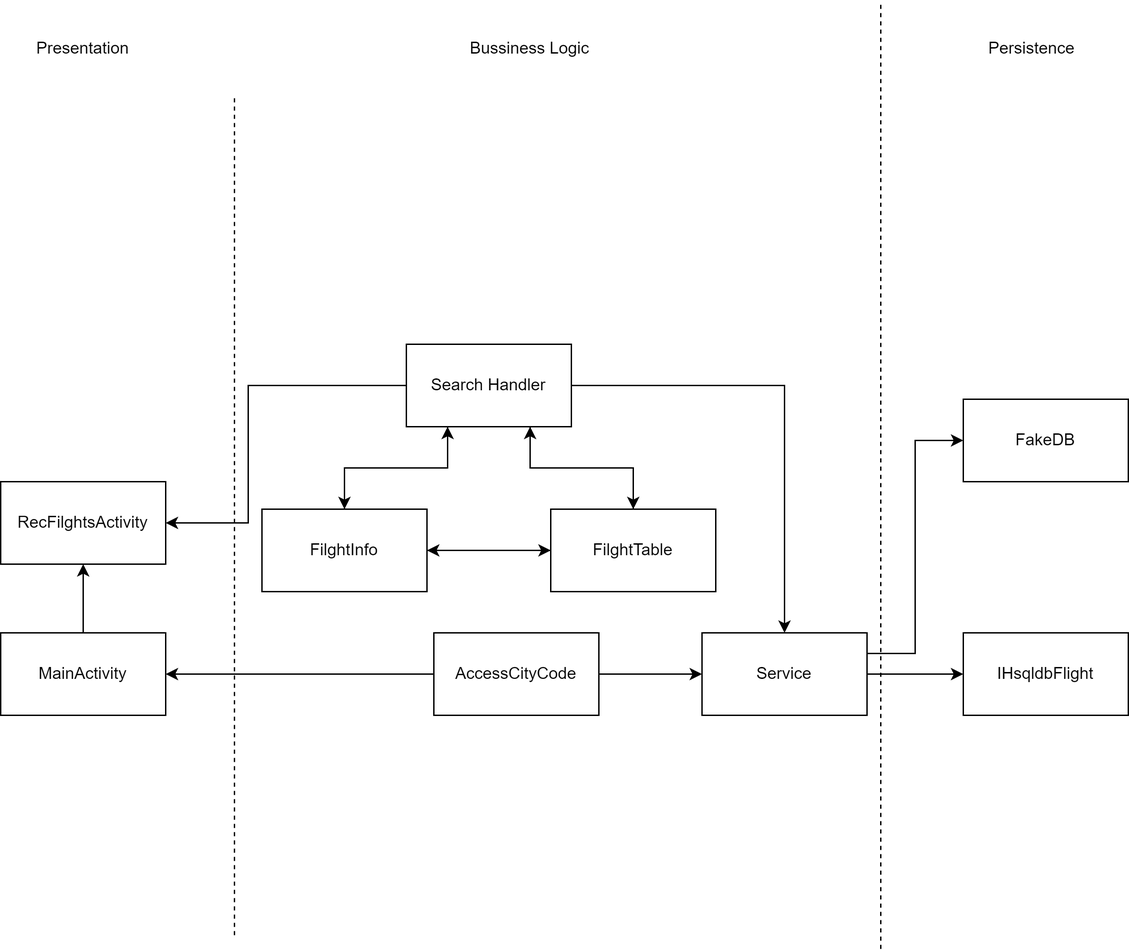
This is ARS-Presentation-Website/img/ARS-4.png from devampatels22/Airline-Reservation-App, a draw.io export, as it was before one commit. Source tidied: cells renumbered, new cells last; positions are measured from the earlier drawing's top-left corner, leaving out a move shared by most shapes. Source of this version:
```xml
<mxGraphModel>
  <root>
    <mxCell id="0" />
    <mxCell id="1" parent="0" />
    <mxCell id="2" style="edgeStyle=orthogonalEdgeStyle;rounded=0;jettySize=auto;html=1;exitX=0.5;exitY=0;exitDx=0;exitDy=0;entryX=0.5;entryY=1;entryDx=0;entryDy=0;" parent="1" edge="1" source="3" target="28">
      <mxGeometry relative="1" as="geometry" />
    </mxCell>
    <mxCell id="3" value="MainActivity" style="rounded=0;whiteSpace=wrap;html=1;" parent="1" vertex="1">
      <mxGeometry y="460" width="120" height="60" as="geometry" />
    </mxCell>
    <mxCell id="4" value="Presentation" style="text;html=1;strokeColor=none;fillColor=none;align=center;verticalAlign=middle;whiteSpace=wrap;rounded=0;" parent="1" vertex="1">
      <mxGeometry x="30" y="20" width="60" height="30" as="geometry" />
    </mxCell>
    <mxCell id="5" style="endArrow=none;dashed=1;html=1;rounded=0;" parent="1" edge="1">
      <mxGeometry relative="1" as="geometry">
        <mxPoint x="170" y="680" as="sourcePoint" />
        <mxPoint x="170" y="70" as="targetPoint" />
      </mxGeometry>
    </mxCell>
    <mxCell id="6" value="Bussiness Logic" style="text;html=1;strokeColor=none;fillColor=none;align=center;verticalAlign=middle;whiteSpace=wrap;rounded=0;" parent="1" vertex="1">
      <mxGeometry x="330" y="20" width="110" height="30" as="geometry" />
    </mxCell>
    <mxCell id="7" value="Persistence" style="text;html=1;strokeColor=none;fillColor=none;align=center;verticalAlign=middle;whiteSpace=wrap;rounded=0;" parent="1" vertex="1">
      <mxGeometry x="720" y="20" width="60" height="30" as="geometry" />
    </mxCell>
    <mxCell id="8" style="endArrow=none;dashed=1;html=1;rounded=0;" parent="1" edge="1">
      <mxGeometry relative="1" as="geometry">
        <mxPoint x="640" y="690" as="sourcePoint" />
        <mxPoint x="640" as="targetPoint" />
      </mxGeometry>
    </mxCell>
    <mxCell id="9" style="edgeStyle=orthogonalEdgeStyle;rounded=0;jettySize=auto;html=1;exitX=0.25;exitY=1;exitDx=0;exitDy=0;" parent="1" edge="1" source="13">
      <mxGeometry relative="1" as="geometry">
        <mxPoint x="250" y="370" as="targetPoint" />
      </mxGeometry>
    </mxCell>
    <mxCell id="10" style="edgeStyle=orthogonalEdgeStyle;rounded=0;jettySize=auto;html=1;exitX=0.75;exitY=1;exitDx=0;exitDy=0;entryX=0.5;entryY=0;entryDx=0;entryDy=0;" parent="1" edge="1" source="13" target="16">
      <mxGeometry relative="1" as="geometry" />
    </mxCell>
    <mxCell id="11" style="edgeStyle=orthogonalEdgeStyle;rounded=0;jettySize=auto;html=1;exitX=1;exitY=0.5;exitDx=0;exitDy=0;entryX=0.5;entryY=0;entryDx=0;entryDy=0;" parent="1" edge="1" source="13" target="25">
      <mxGeometry relative="1" as="geometry" />
    </mxCell>
    <mxCell id="12" style="edgeStyle=orthogonalEdgeStyle;rounded=0;jettySize=auto;html=1;exitX=0;exitY=0.5;exitDx=0;exitDy=0;entryX=1;entryY=0.5;entryDx=0;entryDy=0;" parent="1" edge="1" source="13" target="28">
      <mxGeometry relative="1" as="geometry">
        <Array as="points">
          <mxPoint x="180" y="280" />
          <mxPoint x="180" y="380" />
        </Array>
      </mxGeometry>
    </mxCell>
    <mxCell id="13" value="Search Handler" style="rounded=0;whiteSpace=wrap;html=1;" parent="1" vertex="1">
      <mxGeometry x="295" y="250" width="120" height="60" as="geometry" />
    </mxCell>
    <mxCell id="14" style="edgeStyle=orthogonalEdgeStyle;rounded=0;jettySize=auto;html=1;exitX=0.5;exitY=0;exitDx=0;exitDy=0;entryX=0.75;entryY=1;entryDx=0;entryDy=0;" parent="1" edge="1" source="16" target="13">
      <mxGeometry relative="1" as="geometry" />
    </mxCell>
    <mxCell id="15" style="edgeStyle=orthogonalEdgeStyle;rounded=0;jettySize=auto;html=1;exitX=0;exitY=0.5;exitDx=0;exitDy=0;" parent="1" edge="1" source="16" target="19">
      <mxGeometry relative="1" as="geometry" />
    </mxCell>
    <mxCell id="16" value="FilghtTable" style="rounded=0;whiteSpace=wrap;html=1;" parent="1" vertex="1">
      <mxGeometry x="400" y="370" width="120" height="60" as="geometry" />
    </mxCell>
    <mxCell id="17" style="edgeStyle=orthogonalEdgeStyle;rounded=0;jettySize=auto;html=1;exitX=0.5;exitY=0;exitDx=0;exitDy=0;" parent="1" edge="1" source="19">
      <mxGeometry relative="1" as="geometry">
        <mxPoint x="325" y="310" as="targetPoint" />
      </mxGeometry>
    </mxCell>
    <mxCell id="18" style="edgeStyle=orthogonalEdgeStyle;rounded=0;jettySize=auto;html=1;exitX=1;exitY=0.5;exitDx=0;exitDy=0;entryX=0;entryY=0.5;entryDx=0;entryDy=0;" parent="1" edge="1" source="19" target="16">
      <mxGeometry relative="1" as="geometry" />
    </mxCell>
    <mxCell id="19" value="FilghtInfo" style="rounded=0;whiteSpace=wrap;html=1;" parent="1" vertex="1">
      <mxGeometry x="190" y="370" width="120" height="60" as="geometry" />
    </mxCell>
    <mxCell id="20" style="edgeStyle=orthogonalEdgeStyle;rounded=0;jettySize=auto;html=1;exitX=1;exitY=0.5;exitDx=0;exitDy=0;" parent="1" edge="1" source="22" target="25">
      <mxGeometry relative="1" as="geometry" />
    </mxCell>
    <mxCell id="21" style="edgeStyle=orthogonalEdgeStyle;rounded=0;jettySize=auto;html=1;exitX=0;exitY=0.5;exitDx=0;exitDy=0;" parent="1" edge="1" source="22" target="3">
      <mxGeometry relative="1" as="geometry" />
    </mxCell>
    <mxCell id="22" value="AccessCityCode" style="rounded=0;whiteSpace=wrap;html=1;" parent="1" vertex="1">
      <mxGeometry x="315" y="460" width="120" height="60" as="geometry" />
    </mxCell>
    <mxCell id="23" style="edgeStyle=orthogonalEdgeStyle;rounded=0;jettySize=auto;html=1;exitX=1;exitY=0.25;exitDx=0;exitDy=0;entryX=0;entryY=0.5;entryDx=0;entryDy=0;" parent="1" edge="1" source="25" target="26">
      <mxGeometry relative="1" as="geometry" />
    </mxCell>
    <mxCell id="24" style="edgeStyle=orthogonalEdgeStyle;rounded=0;jettySize=auto;html=1;exitX=1;exitY=0.5;exitDx=0;exitDy=0;entryX=0;entryY=0.5;entryDx=0;entryDy=0;" parent="1" edge="1" source="25" target="27">
      <mxGeometry relative="1" as="geometry" />
    </mxCell>
    <mxCell id="25" value="Service" style="rounded=0;whiteSpace=wrap;html=1;" parent="1" vertex="1">
      <mxGeometry x="510" y="460" width="120" height="60" as="geometry" />
    </mxCell>
    <mxCell id="26" value="FakeDB" style="rounded=0;whiteSpace=wrap;html=1;" parent="1" vertex="1">
      <mxGeometry x="700" y="290" width="120" height="60" as="geometry" />
    </mxCell>
    <mxCell id="27" value="IHsqldbFlight" style="rounded=0;whiteSpace=wrap;html=1;" parent="1" vertex="1">
      <mxGeometry x="700" y="460" width="120" height="60" as="geometry" />
    </mxCell>
    <mxCell id="28" value="RecFilghtsActivity" style="rounded=0;whiteSpace=wrap;html=1;" parent="1" vertex="1">
      <mxGeometry y="350" width="120" height="60" as="geometry" />
    </mxCell>
  </root>
</mxGraphModel>
```
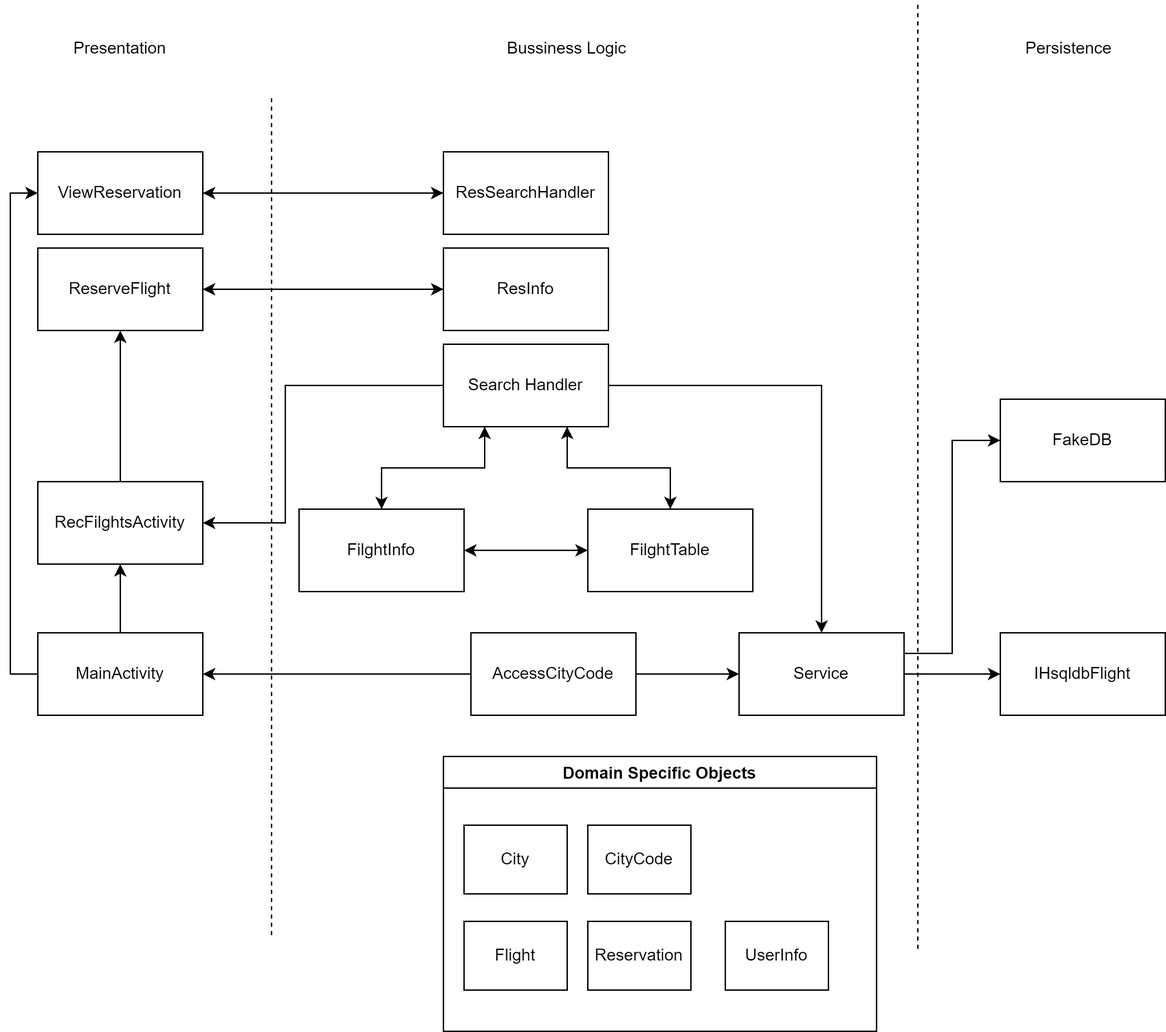
The same file after the commit.

The edit, as a diff of the source:
```diff
@@ -5,6 +5,9 @@
     <mxCell id="2" style="edgeStyle=orthogonalEdgeStyle;rounded=0;jettySize=auto;html=1;exitX=0.5;exitY=0;exitDx=0;exitDy=0;entryX=0.5;entryY=1;entryDx=0;entryDy=0;" parent="1" edge="1" source="3" target="28">
       <mxGeometry relative="1" as="geometry" />
     </mxCell>
+    <mxCell id="29" style="edgeStyle=orthogonalEdgeStyle;rounded=0;jettySize=auto;html=1;exitX=0;exitY=0.5;exitDx=0;exitDy=0;entryX=0;entryY=0.5;entryDx=0;entryDy=0;" parent="1" edge="1" source="3" target="34">
+      <mxGeometry relative="1" as="geometry" />
+    </mxCell>
     <mxCell id="3" value="MainActivity" style="rounded=0;whiteSpace=wrap;html=1;" parent="1" vertex="1">
       <mxGeometry y="460" width="120" height="60" as="geometry" />
     </mxCell>
@@ -95,8 +98,53 @@
     <mxCell id="27" value="IHsqldbFlight" style="rounded=0;whiteSpace=wrap;html=1;" parent="1" vertex="1">
       <mxGeometry x="700" y="460" width="120" height="60" as="geometry" />
     </mxCell>
+    <mxCell id="30" style="edgeStyle=orthogonalEdgeStyle;rounded=0;jettySize=auto;html=1;exitX=0.5;exitY=0;exitDx=0;exitDy=0;entryX=0.5;entryY=1;entryDx=0;entryDy=0;" parent="1" edge="1" source="28" target="32">
+      <mxGeometry relative="1" as="geometry" />
+    </mxCell>
     <mxCell id="28" value="RecFilghtsActivity" style="rounded=0;whiteSpace=wrap;html=1;" parent="1" vertex="1">
       <mxGeometry y="350" width="120" height="60" as="geometry" />
     </mxCell>
+    <mxCell id="31" style="edgeStyle=orthogonalEdgeStyle;rounded=0;jettySize=auto;html=1;exitX=1;exitY=0.5;exitDx=0;exitDy=0;entryX=0;entryY=0.5;entryDx=0;entryDy=0;" parent="1" edge="1" source="32" target="38">
+      <mxGeometry relative="1" as="geometry" />
+    </mxCell>
+    <mxCell id="32" value="ReserveFlight" style="rounded=0;whiteSpace=wrap;html=1;" parent="1" vertex="1">
+      <mxGeometry y="180" width="120" height="60" as="geometry" />
+    </mxCell>
+    <mxCell id="33" style="edgeStyle=orthogonalEdgeStyle;rounded=0;jettySize=auto;html=1;exitX=1;exitY=0.5;exitDx=0;exitDy=0;entryX=0;entryY=0.5;entryDx=0;entryDy=0;" parent="1" edge="1" source="34" target="36">
+      <mxGeometry relative="1" as="geometry" />
+    </mxCell>
+    <mxCell id="34" value="ViewReservation" style="rounded=0;whiteSpace=wrap;html=1;" parent="1" vertex="1">
+      <mxGeometry y="110" width="120" height="60" as="geometry" />
+    </mxCell>
+    <mxCell id="35" style="edgeStyle=orthogonalEdgeStyle;rounded=0;jettySize=auto;html=1;exitX=0;exitY=0.5;exitDx=0;exitDy=0;entryX=1;entryY=0.5;entryDx=0;entryDy=0;" parent="1" edge="1" source="36" target="34">
+      <mxGeometry relative="1" as="geometry" />
+    </mxCell>
+    <mxCell id="36" value="ResSearchHandler" style="rounded=0;whiteSpace=wrap;html=1;" parent="1" vertex="1">
+      <mxGeometry x="295" y="110" width="120" height="60" as="geometry" />
+    </mxCell>
+    <mxCell id="37" style="edgeStyle=orthogonalEdgeStyle;rounded=0;jettySize=auto;html=1;exitX=0;exitY=0.5;exitDx=0;exitDy=0;entryX=1;entryY=0.5;entryDx=0;entryDy=0;" parent="1" edge="1" source="38" target="32">
+      <mxGeometry relative="1" as="geometry" />
+    </mxCell>
+    <mxCell id="38" value="ResInfo" style="rounded=0;whiteSpace=wrap;html=1;" parent="1" vertex="1">
+      <mxGeometry x="295" y="180" width="120" height="60" as="geometry" />
+    </mxCell>
+    <mxCell id="39" value="Domain Specific Objects" style="swimlane;" parent="1" vertex="1">
+      <mxGeometry x="295" y="550" width="315" height="200" as="geometry" />
+    </mxCell>
+    <mxCell id="40" value="City" style="rounded=0;whiteSpace=wrap;html=1;" parent="39" vertex="1">
+      <mxGeometry x="15" y="50" width="75" height="50" as="geometry" />
+    </mxCell>
+    <mxCell id="41" value="CityCode" style="rounded=0;whiteSpace=wrap;html=1;" parent="39" vertex="1">
+      <mxGeometry x="105" y="50" width="75" height="50" as="geometry" />
+    </mxCell>
+    <mxCell id="42" value="Flight" style="rounded=0;whiteSpace=wrap;html=1;" parent="39" vertex="1">
+      <mxGeometry x="15" y="120" width="75" height="50" as="geometry" />
+    </mxCell>
+    <mxCell id="43" value="Reservation" style="rounded=0;whiteSpace=wrap;html=1;" parent="39" vertex="1">
+      <mxGeometry x="105" y="120" width="75" height="50" as="geometry" />
+    </mxCell>
+    <mxCell id="44" value="UserInfo" style="rounded=0;whiteSpace=wrap;html=1;" parent="39" vertex="1">
+      <mxGeometry x="205" y="120" width="75" height="50" as="geometry" />
+    </mxCell>
   </root>
 </mxGraphModel>
```
